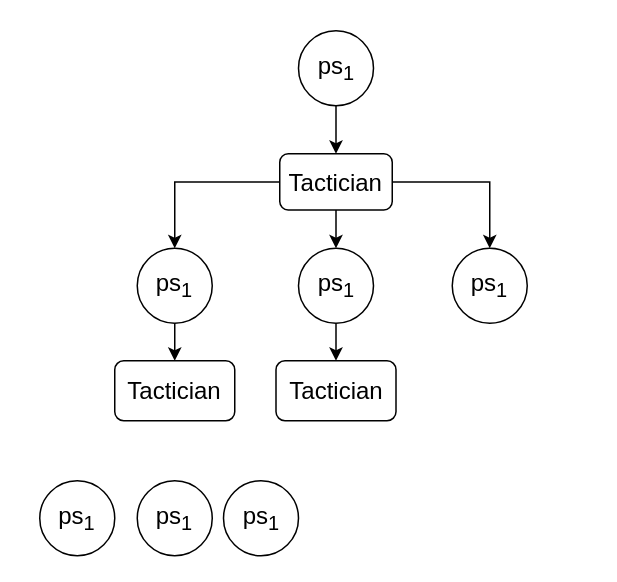
Earlier version of the draw.io diagram tactician.drawio (Zhang-Liao/draw-io). Source tidied: cells renumbered, new cells numbered last; positions are measured from the earlier drawing's top-left corner, leaving out a move shared by most shapes. Both pictures are drawn from the tidied source at 150%, with x=0, y=0 at pixel (39, 30).
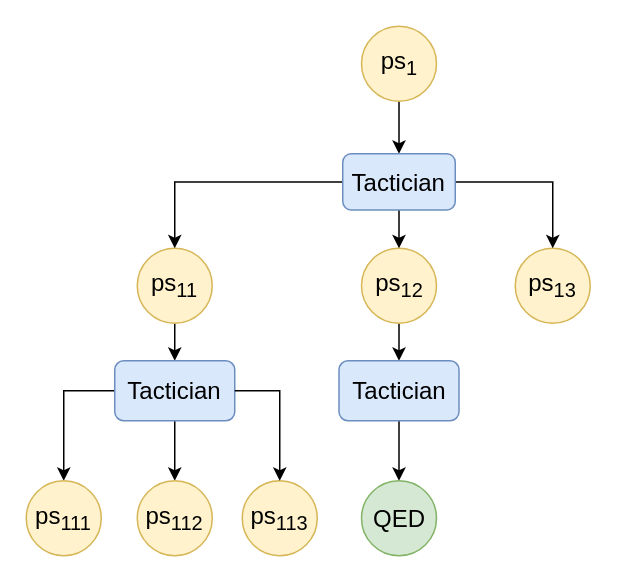
The same diagram, later.

Diff of the diagram source:
```diff
@@
-    <mxCell id="3" value="&lt;font style=&quot;font-size: 16px;&quot;&gt;ps&lt;sub&gt;1&lt;/sub&gt;&lt;/font&gt;" style="ellipse;whiteSpace=wrap;html=1;" parent="1" vertex="1">
-      <mxGeometry x="172.5" width="50" height="50" as="geometry" />
+    <mxCell id="3" value="&lt;font style=&quot;font-size: 16px;&quot;&gt;ps&lt;sub&gt;1&lt;/sub&gt;&lt;/font&gt;" style="ellipse;whiteSpace=wrap;html=1;fillColor=#fff2cc;strokeColor=#d6b656;" parent="1" vertex="1">
+      <mxGeometry x="214.5" y="-3" width="50" height="50" as="geometry" />
     </mxCell>
@@
-    <mxCell id="5" value="&lt;font style=&quot;font-size: 16px;&quot;&gt;ps&lt;sub&gt;1&lt;/sub&gt;&lt;/font&gt;" style="ellipse;whiteSpace=wrap;html=1;" parent="1" vertex="1">
+    <mxCell id="5" value="&lt;font style=&quot;font-size: 16px;&quot;&gt;ps&lt;sub&gt;11&lt;/sub&gt;&lt;/font&gt;" style="ellipse;whiteSpace=wrap;html=1;fillColor=#fff2cc;strokeColor=#d6b656;" parent="1" vertex="1">
       <mxGeometry x="65" y="145" width="50" height="50" as="geometry" />
     </mxCell>
@@
-    <mxCell id="7" value="&lt;font style=&quot;font-size: 16px;&quot;&gt;ps&lt;sub&gt;1&lt;/sub&gt;&lt;/font&gt;" style="ellipse;whiteSpace=wrap;html=1;" parent="1" vertex="1">
-      <mxGeometry x="172.5" y="145" width="50" height="50" as="geometry" />
+    <mxCell id="7" value="&lt;font style=&quot;font-size: 16px;&quot;&gt;ps&lt;sub&gt;12&lt;/sub&gt;&lt;/font&gt;" style="ellipse;whiteSpace=wrap;html=1;fillColor=#fff2cc;strokeColor=#d6b656;" parent="1" vertex="1">
+      <mxGeometry x="214.5" y="145" width="50" height="50" as="geometry" />
     </mxCell>
-    <mxCell id="8" value="&lt;font style=&quot;font-size: 16px;&quot;&gt;ps&lt;sub&gt;1&lt;/sub&gt;&lt;/font&gt;" style="ellipse;whiteSpace=wrap;html=1;" parent="1" vertex="1">
-      <mxGeometry x="275" y="145" width="50" height="50" as="geometry" />
+    <mxCell id="8" value="&lt;font style=&quot;font-size: 16px;&quot;&gt;ps&lt;sub&gt;13&lt;/sub&gt;&lt;/font&gt;" style="ellipse;whiteSpace=wrap;html=1;fillColor=#fff2cc;strokeColor=#d6b656;" parent="1" vertex="1">
+      <mxGeometry x="317" y="145" width="50" height="50" as="geometry" />
     </mxCell>
@@
-    <mxCell id="12" value="&lt;font style=&quot;font-size: 16px;&quot;&gt;Tactician&lt;/font&gt;" style="rounded=1;whiteSpace=wrap;html=1;" parent="1" vertex="1">
-      <mxGeometry x="160" y="82" width="75" height="37.5" as="geometry" />
+    <mxCell id="12" value="&lt;font style=&quot;font-size: 16px;&quot;&gt;Tactician&lt;/font&gt;" style="rounded=1;whiteSpace=wrap;html=1;fillColor=#dae8fc;strokeColor=#6c8ebf;" parent="1" vertex="1">
+      <mxGeometry x="202" y="82" width="75" height="37.5" as="geometry" />
     </mxCell>
+    <mxCell id="18" style="edgeStyle=orthogonalEdgeStyle;rounded=0;jettySize=auto;html=1;" parent="1" edge="1" source="13" target="16">
+      <mxGeometry relative="1" as="geometry" />
+    </mxCell>
+    <mxCell id="19" style="edgeStyle=orthogonalEdgeStyle;rounded=0;jettySize=auto;html=1;" parent="1" edge="1" source="13" target="15">
+      <mxGeometry relative="1" as="geometry" />
+    </mxCell>
-    <mxCell id="13" value="&lt;font style=&quot;font-size: 16px;&quot;&gt;Tactician&lt;/font&gt;" style="rounded=1;whiteSpace=wrap;html=1;" parent="1" vertex="1">
+    <mxCell id="13" value="&lt;font style=&quot;font-size: 16px;&quot;&gt;Tactician&lt;/font&gt;" style="rounded=1;whiteSpace=wrap;html=1;fillColor=#dae8fc;strokeColor=#6c8ebf;" parent="1" vertex="1">
       <mxGeometry x="50" y="220" width="80" height="40" as="geometry" />
     </mxCell>
+    <mxCell id="20" style="edgeStyle=orthogonalEdgeStyle;rounded=0;jettySize=auto;html=1;entryX=0.5;entryY=0;entryDx=0;entryDy=0;" parent="1" edge="1" source="14" target="22">
+      <mxGeometry relative="1" as="geometry" />
+    </mxCell>
-    <mxCell id="14" value="&lt;font style=&quot;font-size: 16px;&quot;&gt;Tactician&lt;/font&gt;" style="rounded=1;whiteSpace=wrap;html=1;" parent="1" vertex="1">
-      <mxGeometry x="157.5" y="220" width="80" height="40" as="geometry" />
+    <mxCell id="14" value="&lt;font style=&quot;font-size: 16px;&quot;&gt;Tactician&lt;/font&gt;" style="rounded=1;whiteSpace=wrap;html=1;fillColor=#dae8fc;strokeColor=#6c8ebf;" parent="1" vertex="1">
+      <mxGeometry x="199.5" y="220" width="80" height="40" as="geometry" />
     </mxCell>
-    <mxCell id="15" value="&lt;font style=&quot;font-size: 16px;&quot;&gt;ps&lt;sub&gt;1&lt;/sub&gt;&lt;/font&gt;" style="ellipse;whiteSpace=wrap;html=1;" parent="1" vertex="1">
-      <mxGeometry y="300" width="50" height="50" as="geometry" />
+    <mxCell id="15" value="&lt;font style=&quot;font-size: 16px;&quot;&gt;ps&lt;sub&gt;111&lt;/sub&gt;&lt;/font&gt;" style="ellipse;whiteSpace=wrap;html=1;fillColor=#fff2cc;strokeColor=#d6b656;" parent="1" vertex="1">
+      <mxGeometry x="-9" y="300" width="50" height="50" as="geometry" />
     </mxCell>
-    <mxCell id="16" value="&lt;font style=&quot;font-size: 16px;&quot;&gt;ps&lt;sub&gt;1&lt;/sub&gt;&lt;/font&gt;" style="ellipse;whiteSpace=wrap;html=1;" parent="1" vertex="1">
+    <mxCell id="16" value="&lt;font style=&quot;font-size: 16px;&quot;&gt;ps&lt;sub&gt;112&lt;/sub&gt;&lt;/font&gt;" style="ellipse;whiteSpace=wrap;html=1;fillColor=#fff2cc;strokeColor=#d6b656;" parent="1" vertex="1">
       <mxGeometry x="65" y="300" width="50" height="50" as="geometry" />
     </mxCell>
-    <mxCell id="17" value="&lt;font style=&quot;font-size: 16px;&quot;&gt;ps&lt;sub&gt;1&lt;/sub&gt;&lt;/font&gt;" style="ellipse;whiteSpace=wrap;html=1;" parent="1" vertex="1">
-      <mxGeometry x="122.5" y="300" width="50" height="50" as="geometry" />
+    <mxCell id="17" value="&lt;font style=&quot;font-size: 16px;&quot;&gt;ps&lt;sub&gt;113&lt;/sub&gt;&lt;/font&gt;" style="ellipse;whiteSpace=wrap;html=1;fillColor=#fff2cc;strokeColor=#d6b656;" parent="1" vertex="1">
+      <mxGeometry x="135" y="300" width="50" height="50" as="geometry" />
     </mxCell>
+    <mxCell id="21" style="edgeStyle=orthogonalEdgeStyle;rounded=0;jettySize=auto;html=1;entryX=0.5;entryY=0;entryDx=0;entryDy=0;" parent="1" edge="1" source="13" target="17">
+      <mxGeometry relative="1" as="geometry" />
+    </mxCell>
+    <mxCell id="22" value="&lt;span style=&quot;font-size: 16px;&quot;&gt;QED&lt;/span&gt;" style="ellipse;whiteSpace=wrap;html=1;fillColor=#d5e8d4;strokeColor=#82b366;" parent="1" vertex="1">
+      <mxGeometry x="214.5" y="300" width="50" height="50" as="geometry" />
+    </mxCell>
```
